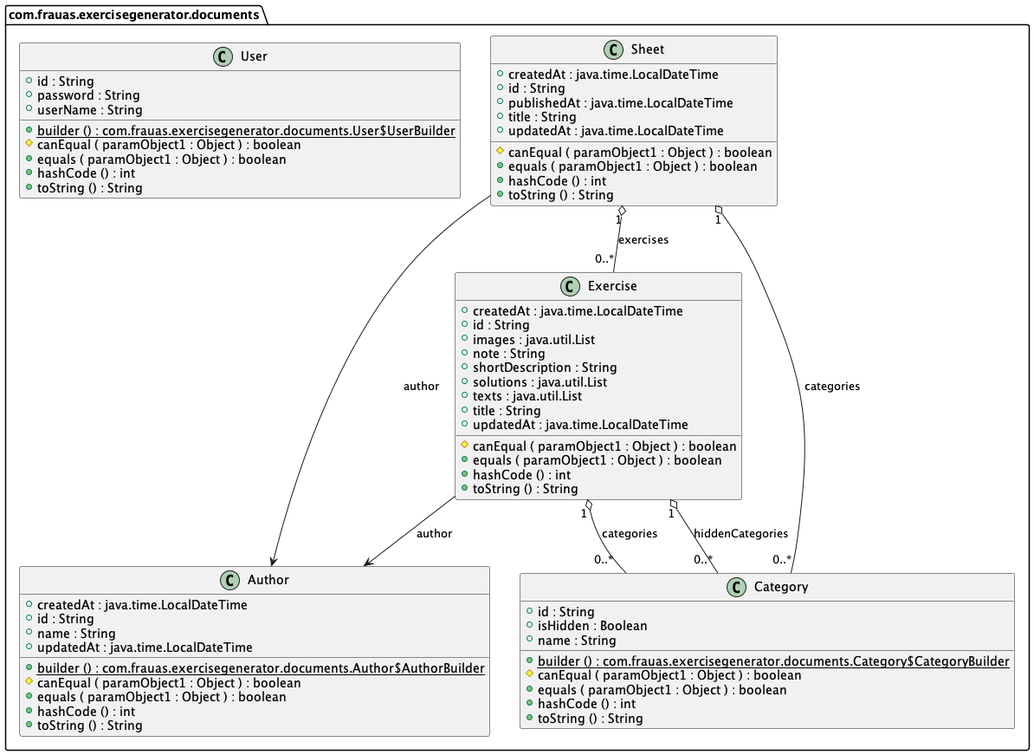
Before: doc/diagram.png, a diagram exported from PlantUML (CarlaHofmann/exercise-generator-be).
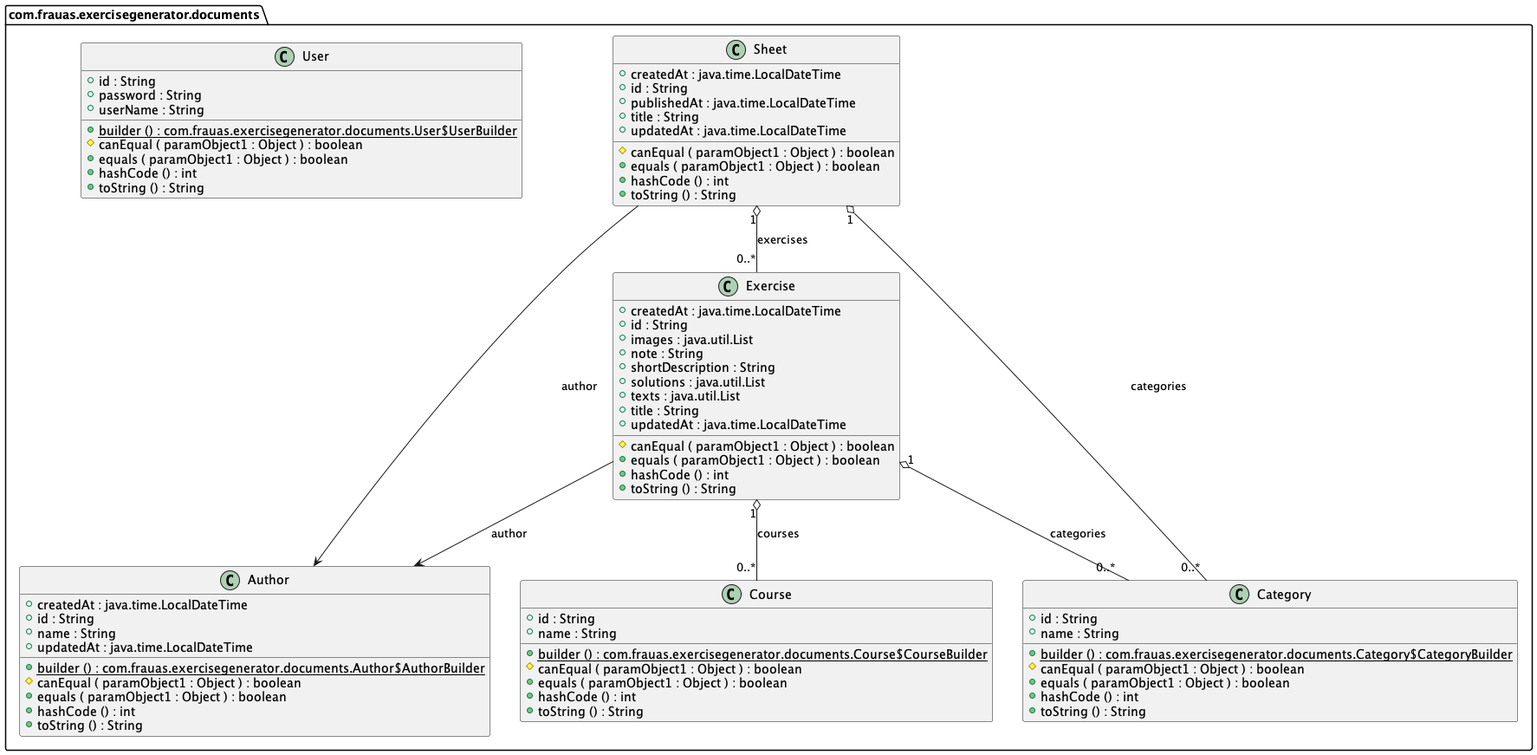
After the change.

Commit message:
feat: swap out hidden categories for courses

Diff of the diagram source:
```diff
@@ -15,9 +15,19 @@
 
 class com.frauas.exercisegenerator.documents.Category {
 	{field} +id : String
-	{field} +isHidden : Boolean
 	{field} +name : String
 	{method}  {static} +builder () : com.frauas.exercisegenerator.documents.Category$CategoryBuilder
+	{method} #canEqual ( paramObject1 : Object ) : boolean
+	{method} +equals ( paramObject1 : Object ) : boolean
+	{method} +hashCode () : int
+	{method} +toString () : String
+}
+
+
+class com.frauas.exercisegenerator.documents.Course {
+	{field} +id : String
+	{field} +name : String
+	{method}  {static} +builder () : com.frauas.exercisegenerator.documents.Course$CourseBuilder
 	{method} #canEqual ( paramObject1 : Object ) : boolean
 	{method} +equals ( paramObject1 : Object ) : boolean
 	{method} +hashCode () : int
@@ -70,7 +80,7 @@
 
 
 com.frauas.exercisegenerator.documents.Exercise "1" o-- "0..*"  com.frauas.exercisegenerator.documents.Category : categories
-com.frauas.exercisegenerator.documents.Exercise "1" o-- "0..*"  com.frauas.exercisegenerator.documents.Category : hiddenCategories
+com.frauas.exercisegenerator.documents.Exercise "1" o-- "0..*"  com.frauas.exercisegenerator.documents.Course : courses
 com.frauas.exercisegenerator.documents.Exercise -->  com.frauas.exercisegenerator.documents.Author : author
 com.frauas.exercisegenerator.documents.Sheet "1" o-- "0..*"  com.frauas.exercisegenerator.documents.Category : categories
 com.frauas.exercisegenerator.documents.Sheet "1" o-- "0..*"  com.frauas.exercisegenerator.documents.Exercise : exercises
```
